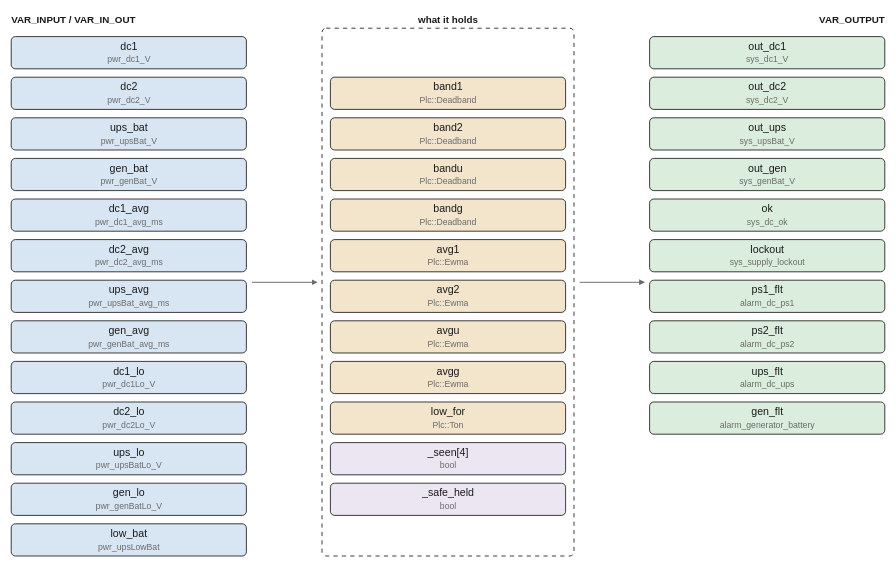
Earlier version of the draw.io export images/logic/dc_watch.drawio.svg (pstch/botanik2). Source tidied: cells renumbered, new cells last; positions are measured from the earlier drawing's top-left corner, leaving out a move shared by most shapes. Source of this version:
```xml
<mxGraphModel>
  <root>
    <mxCell id="0" />
    <mxCell id="1" parent="0" />
    <mxCell id="2" value="VAR_INPUT / VAR_IN_OUT" style="text;html=1;fontSize=7;fontColor=#1a1a1a;align=left;fontStyle=1;" parent="1" vertex="1">
      <mxGeometry width="110" height="11" as="geometry" />
    </mxCell>
    <mxCell id="3" value="what it holds" style="text;html=1;fontSize=7;fontColor=#1a1a1a;align=center;fontStyle=1;" parent="1" vertex="1">
      <mxGeometry x="312" width="65" height="11" as="geometry" />
    </mxCell>
    <mxCell id="4" value="VAR_OUTPUT" style="text;html=1;fontSize=7;fontColor=#1a1a1a;align=left;fontStyle=1;" parent="1" vertex="1">
      <mxGeometry x="624" width="50" height="11" as="geometry" />
    </mxCell>
    <mxCell id="5" value="dc1" style="rounded=1;fillColor=#d8e6f3;strokeColor=#1a1a1a;whiteSpace=wrap;html=1;fontSize=8;" parent="1" vertex="1">
      <mxGeometry y="17" width="168" height="23" as="geometry" />
    </mxCell>
    <mxCell id="6" value="dc2" style="rounded=1;fillColor=#d8e6f3;strokeColor=#1a1a1a;whiteSpace=wrap;html=1;fontSize=8;" parent="1" vertex="1">
      <mxGeometry y="46" width="168" height="23" as="geometry" />
    </mxCell>
    <mxCell id="7" value="ups_bat" style="rounded=1;fillColor=#d8e6f3;strokeColor=#1a1a1a;whiteSpace=wrap;html=1;fontSize=8;" parent="1" vertex="1">
      <mxGeometry y="75" width="168" height="23" as="geometry" />
    </mxCell>
    <mxCell id="8" value="gen_bat" style="rounded=1;fillColor=#d8e6f3;strokeColor=#1a1a1a;whiteSpace=wrap;html=1;fontSize=8;" parent="1" vertex="1">
      <mxGeometry y="104" width="168" height="23" as="geometry" />
    </mxCell>
    <mxCell id="9" value="dc1_avg" style="rounded=1;fillColor=#d8e6f3;strokeColor=#1a1a1a;whiteSpace=wrap;html=1;fontSize=8;" parent="1" vertex="1">
      <mxGeometry y="133" width="168" height="23" as="geometry" />
    </mxCell>
    <mxCell id="10" value="dc2_avg" style="rounded=1;fillColor=#d8e6f3;strokeColor=#1a1a1a;whiteSpace=wrap;html=1;fontSize=8;" parent="1" vertex="1">
      <mxGeometry y="162" width="168" height="23" as="geometry" />
    </mxCell>
    <mxCell id="11" value="ups_avg" style="rounded=1;fillColor=#d8e6f3;strokeColor=#1a1a1a;whiteSpace=wrap;html=1;fontSize=8;" parent="1" vertex="1">
      <mxGeometry y="191" width="168" height="23" as="geometry" />
    </mxCell>
    <mxCell id="12" value="gen_avg" style="rounded=1;fillColor=#d8e6f3;strokeColor=#1a1a1a;whiteSpace=wrap;html=1;fontSize=8;" parent="1" vertex="1">
      <mxGeometry y="220" width="168" height="23" as="geometry" />
    </mxCell>
    <mxCell id="13" value="dc1_lo" style="rounded=1;fillColor=#d8e6f3;strokeColor=#1a1a1a;whiteSpace=wrap;html=1;fontSize=8;" parent="1" vertex="1">
      <mxGeometry y="249" width="168" height="23" as="geometry" />
    </mxCell>
    <mxCell id="14" value="dc2_lo" style="rounded=1;fillColor=#d8e6f3;strokeColor=#1a1a1a;whiteSpace=wrap;html=1;fontSize=8;" parent="1" vertex="1">
      <mxGeometry y="278" width="168" height="23" as="geometry" />
    </mxCell>
    <mxCell id="15" value="ups_lo" style="rounded=1;fillColor=#d8e6f3;strokeColor=#1a1a1a;whiteSpace=wrap;html=1;fontSize=8;" parent="1" vertex="1">
      <mxGeometry y="307" width="168" height="23" as="geometry" />
    </mxCell>
    <mxCell id="16" value="gen_lo" style="rounded=1;fillColor=#d8e6f3;strokeColor=#1a1a1a;whiteSpace=wrap;html=1;fontSize=8;" parent="1" vertex="1">
      <mxGeometry y="336" width="168" height="23" as="geometry" />
    </mxCell>
    <mxCell id="17" value="low_bat" style="rounded=1;fillColor=#d8e6f3;strokeColor=#1a1a1a;whiteSpace=wrap;html=1;fontSize=8;" parent="1" vertex="1">
      <mxGeometry y="365" width="168" height="23" as="geometry" />
    </mxCell>
    <mxCell id="18" value="out_dc1" style="rounded=1;fillColor=#dbeedd;strokeColor=#1a1a1a;whiteSpace=wrap;html=1;fontSize=8;" parent="1" vertex="1">
      <mxGeometry x="456" y="17" width="168" height="23" as="geometry" />
    </mxCell>
    <mxCell id="19" value="out_dc2" style="rounded=1;fillColor=#dbeedd;strokeColor=#1a1a1a;whiteSpace=wrap;html=1;fontSize=8;" parent="1" vertex="1">
      <mxGeometry x="456" y="46" width="168" height="23" as="geometry" />
    </mxCell>
    <mxCell id="20" value="out_ups" style="rounded=1;fillColor=#dbeedd;strokeColor=#1a1a1a;whiteSpace=wrap;html=1;fontSize=8;" parent="1" vertex="1">
      <mxGeometry x="456" y="75" width="168" height="23" as="geometry" />
    </mxCell>
    <mxCell id="21" value="out_gen" style="rounded=1;fillColor=#dbeedd;strokeColor=#1a1a1a;whiteSpace=wrap;html=1;fontSize=8;" parent="1" vertex="1">
      <mxGeometry x="456" y="104" width="168" height="23" as="geometry" />
    </mxCell>
    <mxCell id="22" value="ok" style="rounded=1;fillColor=#dbeedd;strokeColor=#1a1a1a;whiteSpace=wrap;html=1;fontSize=8;" parent="1" vertex="1">
      <mxGeometry x="456" y="133" width="168" height="23" as="geometry" />
    </mxCell>
    <mxCell id="23" value="lockout" style="rounded=1;fillColor=#dbeedd;strokeColor=#1a1a1a;whiteSpace=wrap;html=1;fontSize=8;" parent="1" vertex="1">
      <mxGeometry x="456" y="162" width="168" height="23" as="geometry" />
    </mxCell>
    <mxCell id="24" value="ps1_flt" style="rounded=1;fillColor=#dbeedd;strokeColor=#1a1a1a;whiteSpace=wrap;html=1;fontSize=8;" parent="1" vertex="1">
      <mxGeometry x="456" y="191" width="168" height="23" as="geometry" />
    </mxCell>
    <mxCell id="25" value="ps2_flt" style="rounded=1;fillColor=#dbeedd;strokeColor=#1a1a1a;whiteSpace=wrap;html=1;fontSize=8;" parent="1" vertex="1">
      <mxGeometry x="456" y="220" width="168" height="23" as="geometry" />
    </mxCell>
    <mxCell id="26" value="ups_flt" style="rounded=1;fillColor=#dbeedd;strokeColor=#1a1a1a;whiteSpace=wrap;html=1;fontSize=8;" parent="1" vertex="1">
      <mxGeometry x="456" y="249" width="168" height="23" as="geometry" />
    </mxCell>
    <mxCell id="27" value="gen_flt" style="rounded=1;fillColor=#dbeedd;strokeColor=#1a1a1a;whiteSpace=wrap;html=1;fontSize=8;" parent="1" vertex="1">
      <mxGeometry x="456" y="278" width="168" height="23" as="geometry" />
    </mxCell>
    <mxCell id="28" style="rounded=1;fillColor=#ffffff;strokeColor=#1a1a1a;whiteSpace=wrap;html=1;fontSize=8;dashed=1;" parent="1" vertex="1">
      <mxGeometry x="222" y="11" width="180" height="377" as="geometry" />
    </mxCell>
    <mxCell id="29" value="band1" style="rounded=1;fillColor=#f2e5cc;strokeColor=#1a1a1a;whiteSpace=wrap;html=1;fontSize=8;" parent="1" vertex="1">
      <mxGeometry x="228" y="46" width="168" height="23" as="geometry" />
    </mxCell>
    <mxCell id="30" value="band2" style="rounded=1;fillColor=#f2e5cc;strokeColor=#1a1a1a;whiteSpace=wrap;html=1;fontSize=8;" parent="1" vertex="1">
      <mxGeometry x="228" y="75" width="168" height="23" as="geometry" />
    </mxCell>
    <mxCell id="31" value="bandu" style="rounded=1;fillColor=#f2e5cc;strokeColor=#1a1a1a;whiteSpace=wrap;html=1;fontSize=8;" parent="1" vertex="1">
      <mxGeometry x="228" y="104" width="168" height="23" as="geometry" />
    </mxCell>
    <mxCell id="32" value="bandg" style="rounded=1;fillColor=#f2e5cc;strokeColor=#1a1a1a;whiteSpace=wrap;html=1;fontSize=8;" parent="1" vertex="1">
      <mxGeometry x="228" y="133" width="168" height="23" as="geometry" />
    </mxCell>
    <mxCell id="33" value="avg1" style="rounded=1;fillColor=#f2e5cc;strokeColor=#1a1a1a;whiteSpace=wrap;html=1;fontSize=8;" parent="1" vertex="1">
      <mxGeometry x="228" y="162" width="168" height="23" as="geometry" />
    </mxCell>
    <mxCell id="34" value="avg2" style="rounded=1;fillColor=#f2e5cc;strokeColor=#1a1a1a;whiteSpace=wrap;html=1;fontSize=8;" parent="1" vertex="1">
      <mxGeometry x="228" y="191" width="168" height="23" as="geometry" />
    </mxCell>
    <mxCell id="35" value="avgu" style="rounded=1;fillColor=#f2e5cc;strokeColor=#1a1a1a;whiteSpace=wrap;html=1;fontSize=8;" parent="1" vertex="1">
      <mxGeometry x="228" y="220" width="168" height="23" as="geometry" />
    </mxCell>
    <mxCell id="36" value="avgg" style="rounded=1;fillColor=#f2e5cc;strokeColor=#1a1a1a;whiteSpace=wrap;html=1;fontSize=8;" parent="1" vertex="1">
      <mxGeometry x="228" y="249" width="168" height="23" as="geometry" />
    </mxCell>
    <mxCell id="37" value="low_for" style="rounded=1;fillColor=#f2e5cc;strokeColor=#1a1a1a;whiteSpace=wrap;html=1;fontSize=8;" parent="1" vertex="1">
      <mxGeometry x="228" y="278" width="168" height="23" as="geometry" />
    </mxCell>
    <mxCell id="38" value="_seen[4]" style="rounded=1;fillColor=#ece6f2;strokeColor=#1a1a1a;whiteSpace=wrap;html=1;fontSize=8;" parent="1" vertex="1">
      <mxGeometry x="228" y="307" width="168" height="23" as="geometry" />
    </mxCell>
    <mxCell id="39" value="_safe_held" style="rounded=1;fillColor=#ece6f2;strokeColor=#1a1a1a;whiteSpace=wrap;html=1;fontSize=8;" parent="1" vertex="1">
      <mxGeometry x="228" y="336" width="168" height="23" as="geometry" />
    </mxCell>
    <mxCell id="40" style="edgeStyle=none;html=1;strokeColor=#6b6b6b;endArrow=block;" parent="1" edge="1">
      <mxGeometry relative="1" as="geometry">
        <mxPoint x="172" y="192.5" as="sourcePoint" />
        <mxPoint x="218" y="192.5" as="targetPoint" />
      </mxGeometry>
    </mxCell>
    <mxCell id="41" style="edgeStyle=none;html=1;strokeColor=#6b6b6b;endArrow=block;" parent="1" edge="1">
      <mxGeometry relative="1" as="geometry">
        <mxPoint x="406" y="192.5" as="sourcePoint" />
        <mxPoint x="452" y="192.5" as="targetPoint" />
      </mxGeometry>
    </mxCell>
  </root>
</mxGraphModel>
```
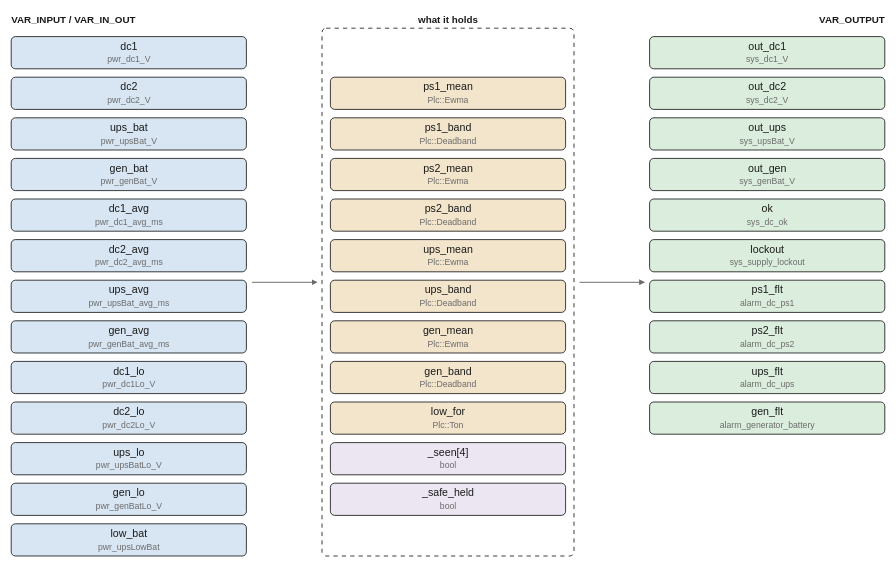
Above is the later version.

Commit message:
dc_watch: name each block for the rail it serves, not for a letter

What changed in the source:
```diff
@@ -83,28 +83,28 @@
     <mxCell id="28" style="rounded=1;fillColor=#ffffff;strokeColor=#1a1a1a;whiteSpace=wrap;html=1;fontSize=8;dashed=1;" parent="1" vertex="1">
       <mxGeometry x="222" y="11" width="180" height="377" as="geometry" />
     </mxCell>
-    <mxCell id="29" value="band1" style="rounded=1;fillColor=#f2e5cc;strokeColor=#1a1a1a;whiteSpace=wrap;html=1;fontSize=8;" parent="1" vertex="1">
+    <mxCell id="29" value="ps1_mean" style="rounded=1;fillColor=#f2e5cc;strokeColor=#1a1a1a;whiteSpace=wrap;html=1;fontSize=8;" parent="1" vertex="1">
       <mxGeometry x="228" y="46" width="168" height="23" as="geometry" />
     </mxCell>
-    <mxCell id="30" value="band2" style="rounded=1;fillColor=#f2e5cc;strokeColor=#1a1a1a;whiteSpace=wrap;html=1;fontSize=8;" parent="1" vertex="1">
+    <mxCell id="30" value="ps1_band" style="rounded=1;fillColor=#f2e5cc;strokeColor=#1a1a1a;whiteSpace=wrap;html=1;fontSize=8;" parent="1" vertex="1">
       <mxGeometry x="228" y="75" width="168" height="23" as="geometry" />
     </mxCell>
-    <mxCell id="31" value="bandu" style="rounded=1;fillColor=#f2e5cc;strokeColor=#1a1a1a;whiteSpace=wrap;html=1;fontSize=8;" parent="1" vertex="1">
+    <mxCell id="31" value="ps2_mean" style="rounded=1;fillColor=#f2e5cc;strokeColor=#1a1a1a;whiteSpace=wrap;html=1;fontSize=8;" parent="1" vertex="1">
       <mxGeometry x="228" y="104" width="168" height="23" as="geometry" />
     </mxCell>
-    <mxCell id="32" value="bandg" style="rounded=1;fillColor=#f2e5cc;strokeColor=#1a1a1a;whiteSpace=wrap;html=1;fontSize=8;" parent="1" vertex="1">
+    <mxCell id="32" value="ps2_band" style="rounded=1;fillColor=#f2e5cc;strokeColor=#1a1a1a;whiteSpace=wrap;html=1;fontSize=8;" parent="1" vertex="1">
       <mxGeometry x="228" y="133" width="168" height="23" as="geometry" />
     </mxCell>
-    <mxCell id="33" value="avg1" style="rounded=1;fillColor=#f2e5cc;strokeColor=#1a1a1a;whiteSpace=wrap;html=1;fontSize=8;" parent="1" vertex="1">
+    <mxCell id="33" value="ups_mean" style="rounded=1;fillColor=#f2e5cc;strokeColor=#1a1a1a;whiteSpace=wrap;html=1;fontSize=8;" parent="1" vertex="1">
       <mxGeometry x="228" y="162" width="168" height="23" as="geometry" />
     </mxCell>
-    <mxCell id="34" value="avg2" style="rounded=1;fillColor=#f2e5cc;strokeColor=#1a1a1a;whiteSpace=wrap;html=1;fontSize=8;" parent="1" vertex="1">
+    <mxCell id="34" value="ups_band" style="rounded=1;fillColor=#f2e5cc;strokeColor=#1a1a1a;whiteSpace=wrap;html=1;fontSize=8;" parent="1" vertex="1">
       <mxGeometry x="228" y="191" width="168" height="23" as="geometry" />
     </mxCell>
-    <mxCell id="35" value="avgu" style="rounded=1;fillColor=#f2e5cc;strokeColor=#1a1a1a;whiteSpace=wrap;html=1;fontSize=8;" parent="1" vertex="1">
+    <mxCell id="35" value="gen_mean" style="rounded=1;fillColor=#f2e5cc;strokeColor=#1a1a1a;whiteSpace=wrap;html=1;fontSize=8;" parent="1" vertex="1">
       <mxGeometry x="228" y="220" width="168" height="23" as="geometry" />
     </mxCell>
-    <mxCell id="36" value="avgg" style="rounded=1;fillColor=#f2e5cc;strokeColor=#1a1a1a;whiteSpace=wrap;html=1;fontSize=8;" parent="1" vertex="1">
+    <mxCell id="36" value="gen_band" style="rounded=1;fillColor=#f2e5cc;strokeColor=#1a1a1a;whiteSpace=wrap;html=1;fontSize=8;" parent="1" vertex="1">
       <mxGeometry x="228" y="249" width="168" height="23" as="geometry" />
     </mxCell>
     <mxCell id="37" value="low_for" style="rounded=1;fillColor=#f2e5cc;strokeColor=#1a1a1a;whiteSpace=wrap;html=1;fontSize=8;" parent="1" vertex="1">
```
